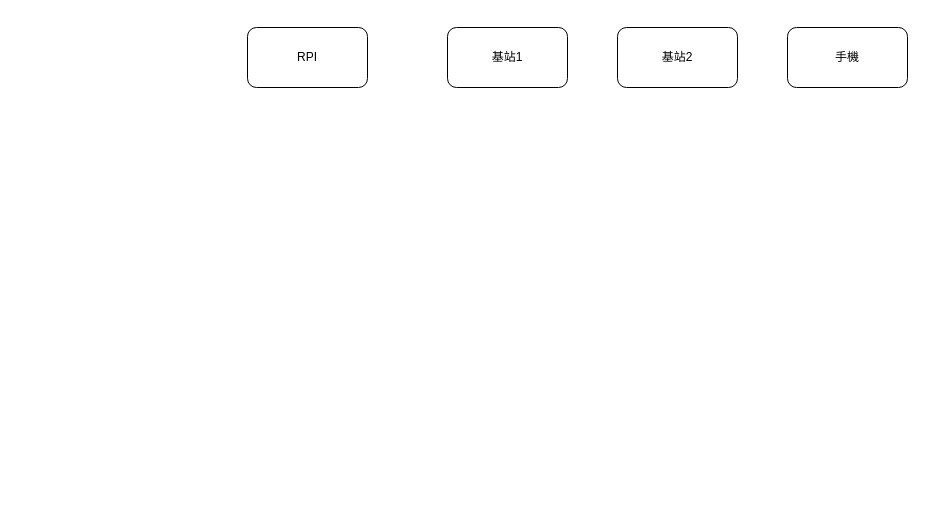
Before: structure.drawio in pkbbkphey/MakeNTU2025, a draw.io diagram. Source tidied: cells renumbered, new cells numbered last; positions are measured from the earlier drawing's top-left corner, leaving out a move shared by most shapes. Both pictures are drawn from the tidied source at 100%, with x=0, y=0 at pixel (247, 27).
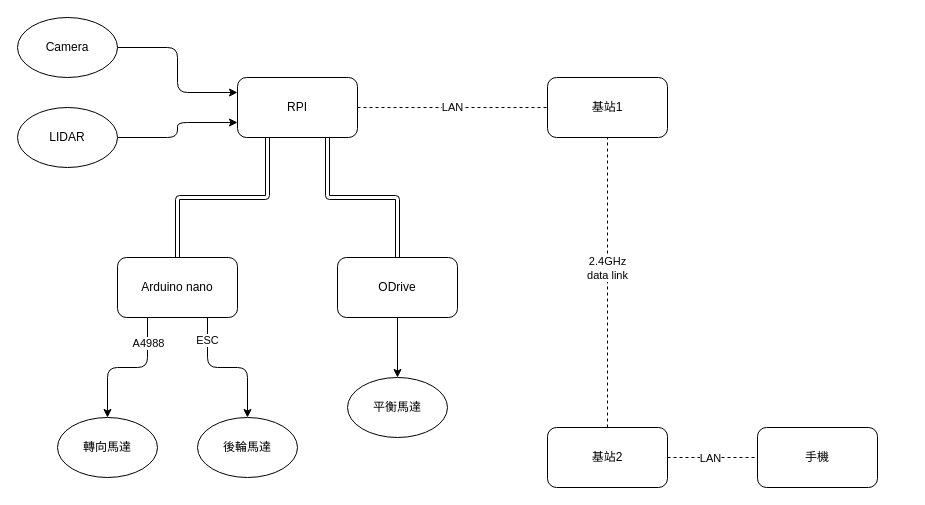
The same page after the edit.

The edit, as a diff of the source:
```diff
@@
+    <mxCell id="6" style="rounded=1;jettySize=auto;html=1;exitX=0.25;exitY=1;exitDx=0;exitDy=0;entryX=0.5;entryY=0;entryDx=0;entryDy=0;shape=link;edgeStyle=orthogonalEdgeStyle;" parent="1" edge="1" source="2" target="20">
+      <mxGeometry relative="1" as="geometry" />
+    </mxCell>
+    <mxCell id="7" style="edgeStyle=orthogonalEdgeStyle;rounded=1;jettySize=auto;html=1;exitX=0.75;exitY=1;exitDx=0;exitDy=0;entryX=0.5;entryY=0;entryDx=0;entryDy=0;shape=link;" parent="1" edge="1" source="2" target="15">
+      <mxGeometry relative="1" as="geometry" />
+    </mxCell>
     <mxCell id="2" value="RPI" style="rounded=1;whiteSpace=wrap;html=1;" parent="1" vertex="1">
-      <mxGeometry width="120" height="60" as="geometry" />
+      <mxGeometry x="-10" y="50" width="120" height="60" as="geometry" />
     </mxCell>
     <mxCell id="3" value="手機" style="rounded=1;whiteSpace=wrap;html=1;" parent="1" vertex="1">
-      <mxGeometry x="540" width="120" height="60" as="geometry" />
+      <mxGeometry x="510" y="400" width="120" height="60" as="geometry" />
     </mxCell>
     <mxCell id="4" value="基站1" style="rounded=1;whiteSpace=wrap;html=1;" parent="1" vertex="1">
-      <mxGeometry x="200" width="120" height="60" as="geometry" />
+      <mxGeometry x="300" y="50" width="120" height="60" as="geometry" />
     </mxCell>
     <mxCell id="5" value="基站2" style="rounded=1;whiteSpace=wrap;html=1;" parent="1" vertex="1">
-      <mxGeometry x="370" width="120" height="60" as="geometry" />
+      <mxGeometry x="300" y="400" width="120" height="60" as="geometry" />
     </mxCell>
+    <mxCell id="8" style="endArrow=none;dashed=1;html=1;rounded=1;entryX=0.5;entryY=1;entryDx=0;entryDy=0;exitX=0.5;exitY=0;exitDx=0;exitDy=0;" parent="1" edge="1" source="5" target="4">
+      <mxGeometry relative="1" as="geometry" />
+    </mxCell>
+    <mxCell id="9" value="2.4GHz&lt;div&gt;data link&lt;/div&gt;" style="edgeLabel;html=1;align=center;verticalAlign=middle;rounded=1;" parent="8" vertex="1">
+      <mxGeometry x="0.1" y="1" relative="1" as="geometry" />
+    </mxCell>
+    <mxCell id="10" style="endArrow=none;dashed=1;html=1;rounded=1;exitX=1;exitY=0.5;exitDx=0;exitDy=0;entryX=0;entryY=0.5;entryDx=0;entryDy=0;" parent="1" edge="1" source="2" target="4">
+      <mxGeometry relative="1" as="geometry" />
+    </mxCell>
+    <mxCell id="11" value="LAN" style="edgeLabel;html=1;align=center;verticalAlign=middle;rounded=1;" parent="10" vertex="1">
+      <mxGeometry x="-0.01" y="1" relative="1" as="geometry" />
+    </mxCell>
+    <mxCell id="12" style="endArrow=none;dashed=1;html=1;rounded=1;entryX=0;entryY=0.5;entryDx=0;entryDy=0;exitX=1;exitY=0.5;exitDx=0;exitDy=0;" parent="1" edge="1" source="5" target="3">
+      <mxGeometry relative="1" as="geometry" />
+    </mxCell>
+    <mxCell id="13" value="LAN" style="edgeLabel;html=1;align=center;verticalAlign=middle;rounded=1;" parent="12" vertex="1">
+      <mxGeometry x="-0.06" y="-1" relative="1" as="geometry">
+        <mxPoint y="-1" as="offset" />
+      </mxGeometry>
+    </mxCell>
+    <mxCell id="14" style="edgeStyle=orthogonalEdgeStyle;rounded=1;jettySize=auto;html=1;exitX=0.5;exitY=1;exitDx=0;exitDy=0;entryX=0.5;entryY=0;entryDx=0;entryDy=0;" parent="1" edge="1" source="15" target="25">
+      <mxGeometry relative="1" as="geometry" />
+    </mxCell>
+    <mxCell id="15" value="ODrive" style="rounded=1;whiteSpace=wrap;html=1;" parent="1" vertex="1">
+      <mxGeometry x="90" y="230" width="120" height="60" as="geometry" />
+    </mxCell>
+    <mxCell id="16" style="edgeStyle=orthogonalEdgeStyle;rounded=1;jettySize=auto;html=1;exitX=0.75;exitY=1;exitDx=0;exitDy=0;entryX=0.5;entryY=0;entryDx=0;entryDy=0;" parent="1" edge="1" source="20" target="26">
+      <mxGeometry relative="1" as="geometry" />
+    </mxCell>
+    <mxCell id="17" value="ESC" style="edgeLabel;html=1;align=center;verticalAlign=middle;rounded=1;" parent="16" vertex="1">
+      <mxGeometry x="-0.69" y="-1" relative="1" as="geometry" />
+    </mxCell>
+    <mxCell id="18" style="edgeStyle=orthogonalEdgeStyle;rounded=1;jettySize=auto;html=1;exitX=0.25;exitY=1;exitDx=0;exitDy=0;entryX=0.5;entryY=0;entryDx=0;entryDy=0;" parent="1" edge="1" source="20" target="27">
+      <mxGeometry relative="1" as="geometry" />
+    </mxCell>
+    <mxCell id="19" value="A4988" style="edgeLabel;html=1;align=center;verticalAlign=middle;rounded=1;" parent="18" vertex="1">
+      <mxGeometry x="-0.64" relative="1" as="geometry" />
+    </mxCell>
+    <mxCell id="20" value="Arduino nano" style="rounded=1;whiteSpace=wrap;html=1;" parent="1" vertex="1">
+      <mxGeometry x="-130" y="230" width="120" height="60" as="geometry" />
+    </mxCell>
+    <mxCell id="21" style="edgeStyle=orthogonalEdgeStyle;rounded=1;jettySize=auto;html=1;exitX=1;exitY=0.5;exitDx=0;exitDy=0;entryX=0;entryY=0.25;entryDx=0;entryDy=0;" parent="1" edge="1" source="22" target="2">
+      <mxGeometry relative="1" as="geometry" />
+    </mxCell>
+    <mxCell id="22" value="Camera" style="ellipse;whiteSpace=wrap;html=1;rounded=1;" parent="1" vertex="1">
+      <mxGeometry x="-230" y="-10" width="100" height="60" as="geometry" />
+    </mxCell>
+    <mxCell id="23" style="edgeStyle=orthogonalEdgeStyle;rounded=1;jettySize=auto;html=1;exitX=1;exitY=0.5;exitDx=0;exitDy=0;entryX=0;entryY=0.75;entryDx=0;entryDy=0;" parent="1" edge="1" source="24" target="2">
+      <mxGeometry relative="1" as="geometry" />
+    </mxCell>
+    <mxCell id="24" value="LIDAR" style="ellipse;whiteSpace=wrap;html=1;rounded=1;" parent="1" vertex="1">
+      <mxGeometry x="-230" y="80" width="100" height="60" as="geometry" />
+    </mxCell>
+    <mxCell id="25" value="平衡馬達" style="ellipse;whiteSpace=wrap;html=1;rounded=1;" parent="1" vertex="1">
+      <mxGeometry x="100" y="350" width="100" height="60" as="geometry" />
+    </mxCell>
+    <mxCell id="26" value="後輪馬達" style="ellipse;whiteSpace=wrap;html=1;rounded=1;" parent="1" vertex="1">
+      <mxGeometry x="-50" y="390" width="100" height="60" as="geometry" />
+    </mxCell>
+    <mxCell id="27" value="轉向馬達" style="ellipse;whiteSpace=wrap;html=1;rounded=1;" parent="1" vertex="1">
+      <mxGeometry x="-190" y="390" width="100" height="60" as="geometry" />
+    </mxCell>
```
